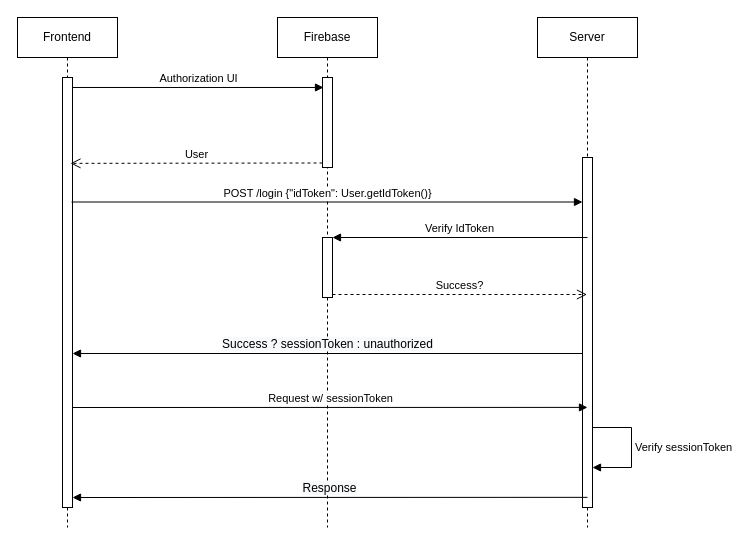
CPTR450-Diplomacy/backend keeps this draw.io diagram as page "Authentication Flow" (2 of 2) of docs/api-diagram.drawio. Above is the earlier version. Source tidied: cells renumbered, new cells numbered last; positions are measured from the earlier drawing's top-left corner, leaving out a move shared by most shapes. Both pictures are drawn from the tidied source at 100%, with x=0, y=0 at pixel (17, 17).
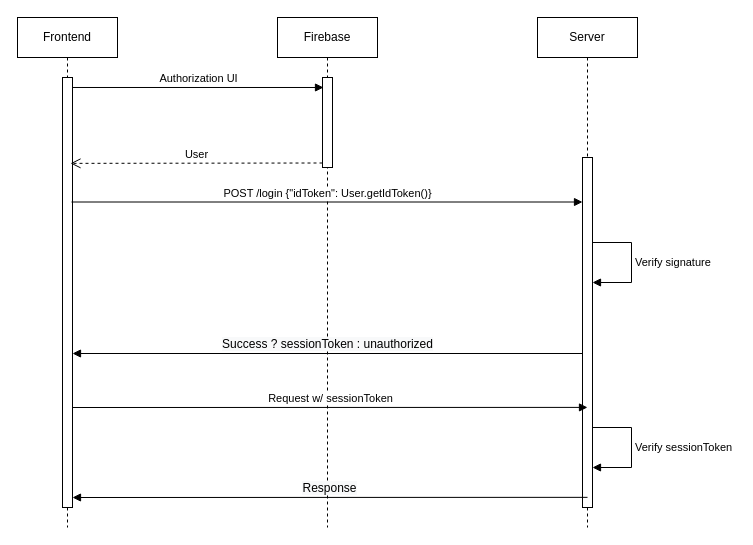
After the change.

The change refers to these unchanged cells:
```xml
<mxCell id="4" value="Server" style="shape=umlLifeline;perimeter=lifelinePerimeter;whiteSpace=wrap;html=1;outlineConnect=0;" parent="1" vertex="1">
  <mxGeometry x="520" width="100" height="510" as="geometry" />
</mxCell>
```

Change to the diagram source:
```diff
@@
+    <mxCell id="18" value="Verify signature" style="edgeStyle=orthogonalEdgeStyle;html=1;align=left;spacingLeft=2;endArrow=block;rounded=0;" parent="4" edge="1">
+      <mxGeometry relative="1" as="geometry">
+        <mxPoint x="55" y="225" as="sourcePoint" />
+        <mxPoint x="55" y="265" as="targetPoint" />
+        <Array as="points">
+          <mxPoint x="94" y="225" />
+          <mxPoint x="94" y="265" />
+          <mxPoint x="55" y="265" />
+        </Array>
+      </mxGeometry>
+    </mxCell>
@@
-    <mxCell id="11" style="html=1;points=[];perimeter=orthogonalPerimeter;" parent="1" vertex="1">
-      <mxGeometry x="305" y="220" width="10" height="60" as="geometry" />
-    </mxCell>
-    <mxCell id="12" value="Verify IdToken" style="html=1;verticalAlign=bottom;endArrow=block;entryX=1;entryY=0;" parent="1" edge="1" target="11">
-      <mxGeometry relative="1" as="geometry">
-        <mxPoint x="570" y="220" as="sourcePoint" />
-      </mxGeometry>
-    </mxCell>
-    <mxCell id="13" value="Success?" style="html=1;verticalAlign=bottom;endArrow=open;dashed=1;endSize=8;exitX=1;exitY=0.95;" parent="1" edge="1" source="11" target="4">
-      <mxGeometry relative="1" as="geometry" />
-    </mxCell>
```
